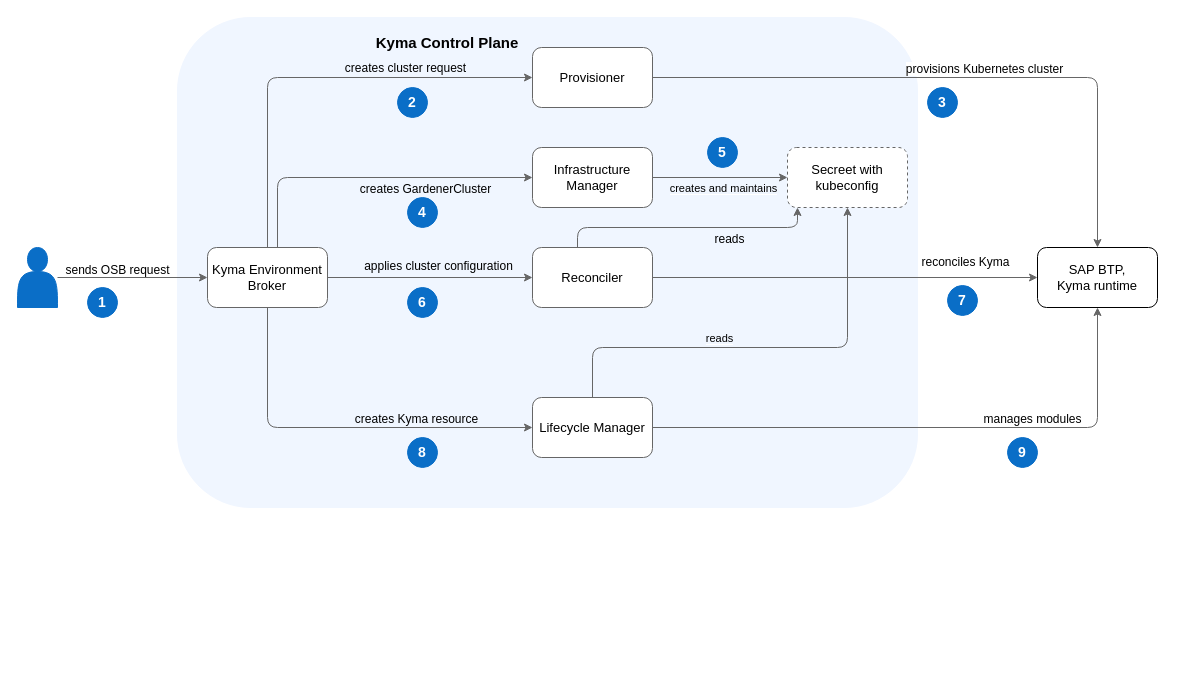
The draw.io diagram docs/assets/keb-arch.drawio in ukff/kyma-environment-broker, before the edit. Source tidied: cells renumbered, new cells numbered last; positions are measured from the earlier drawing's top-left corner, leaving out a move shared by most shapes. Both pictures are drawn from the tidied source at 100%, with x=0, y=0 at pixel (17, 17).
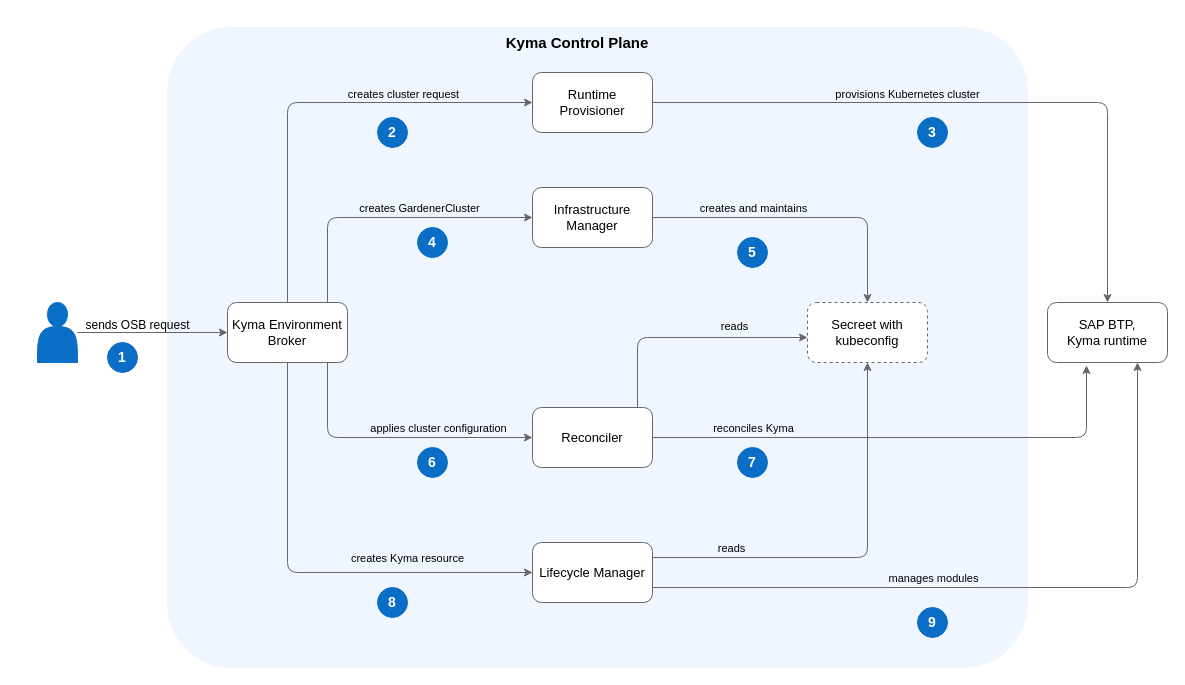
The same page after the edit.

The change refers to these unchanged cells:
```xml
<mxCell id="11" style="edgeStyle=orthogonalEdgeStyle;rounded=1;jettySize=auto;html=1;entryX=0.5;entryY=0;entryDx=0;entryDy=0;strokeColor=#666666;" parent="1" edge="1" source="13" target="24">
  <mxGeometry relative="1" as="geometry" />
</mxCell>
```

Diff of the diagram source:
```diff
@@
-    <mxCell id="2" style="rounded=1;whiteSpace=wrap;html=1;align=left;fillColor=#f0f6ff;strokeColor=#f0f6ff;verticalAlign=bottom;" parent="1" vertex="1">
-      <mxGeometry x="160" width="740" height="490" as="geometry" />
+    <mxCell id="2" style="rounded=1;whiteSpace=wrap;html=1;align=left;fillColor=#f0f6ff;strokeColor=#f0f6ff;verticalAlign=bottom;arcSize=10;" parent="1" vertex="1">
+      <mxGeometry x="150" y="10" width="860" height="640" as="geometry" />
     </mxCell>
     <mxCell id="3" value="&lt;font style=&quot;font-size: 15px;&quot;&gt;&lt;b&gt;Kyma Control Plane&lt;/b&gt;&lt;/font&gt;" style="text;html=1;strokeColor=none;fillColor=none;align=center;verticalAlign=middle;whiteSpace=wrap;rounded=0;fontSize=19;labelPosition=center;verticalLabelPosition=middle;" parent="1" vertex="1">
-      <mxGeometry x="340" y="10" width="180" height="30" as="geometry" />
+      <mxGeometry x="470" y="10" width="180" height="30" as="geometry" />
     </mxCell>
-    <mxCell id="4" style="edgeStyle=orthogonalEdgeStyle;rounded=1;jettySize=auto;html=1;entryX=0;entryY=0.5;entryDx=0;entryDy=0;strokeColor=#666666;" parent="1" edge="1" source="10" target="13">
+    <mxCell id="4" style="edgeStyle=orthogonalEdgeStyle;rounded=1;jettySize=auto;html=1;entryX=0;entryY=0.5;entryDx=0;entryDy=0;strokeColor=#666666;verticalAlign=middle;" parent="1" edge="1" source="10" target="13">
       <mxGeometry relative="1" as="geometry">
         <Array as="points">
-          <mxPoint x="250" y="60" />
+          <mxPoint x="270" y="85" />
         </Array>
       </mxGeometry>
     </mxCell>
-    <mxCell id="5" value="&lt;font style=&quot;font-size: 12px; background-color: rgb(240, 246, 255);&quot;&gt;creates cluster request&lt;/font&gt;" style="edgeLabel;html=1;align=center;verticalAlign=bottom;" parent="4" vertex="1">
-      <mxGeometry x="0.41" y="1" relative="1" as="geometry" />
+    <mxCell id="5" value="creates cluster request" style="edgeLabel;html=1;align=center;verticalAlign=bottom;labelBackgroundColor=#f0f6ff;" parent="4" vertex="1">
+      <mxGeometry x="0.44" y="-3" relative="1" as="geometry">
+        <mxPoint x="-5" y="-3" as="offset" />
+      </mxGeometry>
     </mxCell>
+    <mxCell id="8" style="edgeStyle=orthogonalEdgeStyle;rounded=1;jettySize=auto;html=1;entryX=0;entryY=0.5;entryDx=0;entryDy=0;strokeColor=#666666;" parent="1" edge="1" source="10" target="18">
+      <mxGeometry relative="1" as="geometry">
+        <Array as="points">
+          <mxPoint x="270" y="555" />
+        </Array>
+      </mxGeometry>
+    </mxCell>
+    <mxCell id="9" value="creates Kyma resource" style="edgeLabel;html=1;align=center;verticalAlign=middle;labelBackgroundColor=#f0f6ff;" parent="8" vertex="1">
+      <mxGeometry x="0.45" y="1" relative="1" as="geometry">
+        <mxPoint x="-1" y="-14" as="offset" />
+      </mxGeometry>
+    </mxCell>
     <mxCell id="6" style="edgeStyle=orthogonalEdgeStyle;rounded=1;jettySize=auto;html=1;entryX=0;entryY=0.5;entryDx=0;entryDy=0;strokeColor=#666666;" parent="1" edge="1" source="10" target="21">
-      <mxGeometry relative="1" as="geometry" />
+      <mxGeometry relative="1" as="geometry">
+        <Array as="points">
+          <mxPoint x="310" y="420" />
+        </Array>
+      </mxGeometry>
     </mxCell>
-    <mxCell id="7" value="applies cluster configuration" style="edgeLabel;html=1;align=center;verticalAlign=bottom;labelBackgroundColor=#f0f6ff;fontSize=12;" parent="6" vertex="1">
-      <mxGeometry x="0.07" y="3" relative="1" as="geometry" />
+    <mxCell id="7" value="applies cluster configuration" style="edgeLabel;html=1;align=center;verticalAlign=middle;labelBackgroundColor=#f0f6ff;" parent="6" vertex="1">
+      <mxGeometry x="0.32" relative="1" as="geometry">
+        <mxPoint y="-10" as="offset" />
+      </mxGeometry>
     </mxCell>
-    <mxCell id="8" style="edgeStyle=orthogonalEdgeStyle;rounded=1;jettySize=auto;html=1;entryX=0;entryY=0.5;entryDx=0;entryDy=0;strokeColor=#666666;" parent="1" edge="1" source="10" target="18">
-      <mxGeometry relative="1" as="geometry">
-        <Array as="points">
-          <mxPoint x="250" y="410" />
-        </Array>
-      </mxGeometry>
-    </mxCell>
-    <mxCell id="9" value="&lt;font style=&quot;font-size: 12px; background-color: rgb(240, 246, 255);&quot;&gt;creates Kyma resource&lt;/font&gt;" style="edgeLabel;html=1;align=center;verticalAlign=bottom;" parent="8" vertex="1">
-      <mxGeometry x="0.39" relative="1" as="geometry" />
-    </mxCell>
+    <mxCell id="43" style="edgeStyle=orthogonalEdgeStyle;rounded=1;jettySize=auto;html=1;entryX=0;entryY=0.5;entryDx=0;entryDy=0;strokeColor=#666666;" parent="1" edge="1" source="10" target="35">
+      <mxGeometry relative="1" as="geometry">
+        <Array as="points">
+          <mxPoint x="310" y="200" />
+        </Array>
+      </mxGeometry>
+    </mxCell>
+    <mxCell id="37" value="creates GardenerCluster" style="edgeLabel;html=1;align=center;verticalAlign=middle;labelBackgroundColor=#f0f6ff;" parent="43" vertex="1">
+      <mxGeometry x="0.16" y="2" relative="1" as="geometry">
+        <mxPoint x="8" y="-8" as="offset" />
+      </mxGeometry>
+    </mxCell>
     <mxCell id="10" value="&lt;font style=&quot;font-size: 13px;&quot;&gt;Kyma Environment Broker&lt;/font&gt;" style="rounded=1;whiteSpace=wrap;html=1;strokeColor=#666666;" parent="1" vertex="1">
-      <mxGeometry x="190" y="230" width="120" height="60" as="geometry" />
+      <mxGeometry x="210" y="285" width="120" height="60" as="geometry" />
     </mxCell>
@@
-    <mxCell id="12" value="&lt;font style=&quot;font-size: 12px;&quot;&gt;provisions Kubernetes cluster&lt;/font&gt;" style="edgeLabel;html=1;align=center;verticalAlign=bottom;fontSize=12;" parent="11" vertex="1">
+    <mxCell id="12" value="&lt;font style=&quot;font-size: 11px;&quot;&gt;provisions Kubernetes cluster&lt;/font&gt;" style="edgeLabel;html=1;align=center;verticalAlign=bottom;fontSize=12;labelBackgroundColor=#f0f6ff;" parent="11" vertex="1">
       <mxGeometry x="-0.44" y="-1" relative="1" as="geometry">
-        <mxPoint x="159" y="-1" as="offset" />
+        <mxPoint x="71" y="-1" as="offset" />
       </mxGeometry>
     </mxCell>
-    <mxCell id="13" value="&lt;font style=&quot;font-size: 13px;&quot;&gt;Provisioner&lt;/font&gt;" style="rounded=1;whiteSpace=wrap;html=1;strokeColor=#666666;" parent="1" vertex="1">
-      <mxGeometry x="515" y="30" width="120" height="60" as="geometry" />
+    <mxCell id="13" value="&lt;font style=&quot;font-size: 13px;&quot;&gt;Runtime &lt;br&gt;Provisioner&lt;/font&gt;" style="rounded=1;whiteSpace=wrap;html=1;strokeColor=#666666;" parent="1" vertex="1">
+      <mxGeometry x="515" y="55" width="120" height="60" as="geometry" />
     </mxCell>
-    <mxCell id="14" style="edgeStyle=orthogonalEdgeStyle;rounded=1;jettySize=auto;html=1;entryX=0.5;entryY=1;entryDx=0;entryDy=0;strokeColor=#666666;" parent="1" edge="1" source="18" target="24">
-      <mxGeometry relative="1" as="geometry" />
+    <mxCell id="14" style="edgeStyle=orthogonalEdgeStyle;rounded=1;jettySize=auto;html=1;entryX=0.75;entryY=1;entryDx=0;entryDy=0;strokeColor=#666666;" parent="1" edge="1" source="18" target="24">
+      <mxGeometry relative="1" as="geometry">
+        <Array as="points">
+          <mxPoint x="1120" y="570" />
+        </Array>
+      </mxGeometry>
     </mxCell>
-    <mxCell id="15" value="&lt;font style=&quot;font-size: 12px;&quot;&gt;manages modules&lt;/font&gt;" style="edgeLabel;html=1;align=center;verticalAlign=bottom;fontSize=12;" parent="14" vertex="1">
-      <mxGeometry x="-0.45" y="3" relative="1" as="geometry">
-        <mxPoint x="224" y="3" as="offset" />
+    <mxCell id="15" value="&lt;span style=&quot;background-color: rgb(240, 246, 255);&quot;&gt;manages modules&lt;/span&gt;" style="edgeLabel;html=1;align=center;verticalAlign=middle;" parent="14" vertex="1">
+      <mxGeometry x="-0.23" y="-1" relative="1" as="geometry">
+        <mxPoint x="7" y="-11" as="offset" />
       </mxGeometry>
     </mxCell>
-    <mxCell id="16" style="edgeStyle=orthogonalEdgeStyle;rounded=1;jettySize=auto;html=1;entryX=0.5;entryY=1;entryDx=0;entryDy=0;curved=0;strokeColor=#666666;" parent="1" edge="1" source="18" target="38">
+    <mxCell id="16" style="edgeStyle=orthogonalEdgeStyle;rounded=1;jettySize=auto;html=1;entryX=0.5;entryY=1;entryDx=0;entryDy=0;strokeColor=#666666;" parent="1" edge="1" source="18" target="38">
       <mxGeometry relative="1" as="geometry">
         <Array as="points">
-          <mxPoint x="575" y="330" />
-          <mxPoint x="830" y="330" />
+          <mxPoint x="850" y="540" />
         </Array>
       </mxGeometry>
     </mxCell>
-    <mxCell id="17" value="&lt;span style=&quot;background-color: rgb(240, 246, 255);&quot;&gt;reads&lt;/span&gt;" style="edgeLabel;html=1;align=center;verticalAlign=middle;" parent="16" vertex="1">
-      <mxGeometry x="-0.21" y="3" relative="1" as="geometry">
-        <mxPoint y="-7" as="offset" />
-      </mxGeometry>
-    </mxCell>
+    <mxCell id="44" value="reads" style="edgeLabel;html=1;align=center;verticalAlign=middle;labelBackgroundColor=#f0f6ff;" parent="16" vertex="1">
+      <mxGeometry x="-0.62" y="2" relative="1" as="geometry">
+        <mxPoint y="-8" as="offset" />
+      </mxGeometry>
+    </mxCell>
     <mxCell id="18" value="&lt;font style=&quot;font-size: 13px;&quot;&gt;Lifecycle Manager&lt;/font&gt;" style="rounded=1;whiteSpace=wrap;html=1;strokeColor=#666666;" parent="1" vertex="1">
-      <mxGeometry x="515" y="380" width="120" height="60" as="geometry" />
+      <mxGeometry x="515" y="525" width="120" height="60" as="geometry" />
     </mxCell>
-    <mxCell id="19" style="edgeStyle=orthogonalEdgeStyle;rounded=1;jettySize=auto;html=1;entryX=0;entryY=0.5;entryDx=0;entryDy=0;strokeColor=#666666;" parent="1" edge="1" source="21" target="24">
-      <mxGeometry relative="1" as="geometry" />
-    </mxCell>
-    <mxCell id="20" value="&lt;span style=&quot;font-size: 12px;&quot;&gt;reconciles Kyma&lt;/span&gt;" style="edgeLabel;html=1;align=center;verticalAlign=bottom;fontSize=12;" parent="19" vertex="1">
-      <mxGeometry x="0.06" y="2" relative="1" as="geometry">
-        <mxPoint x="108" y="-5" as="offset" />
-      </mxGeometry>
-    </mxCell>
     <mxCell id="21" value="&lt;font style=&quot;font-size: 13px;&quot;&gt;Reconciler&lt;/font&gt;" style="rounded=1;whiteSpace=wrap;html=1;strokeColor=#666666;" parent="1" vertex="1">
-      <mxGeometry x="515" y="230" width="120" height="60" as="geometry" />
+      <mxGeometry x="515" y="390" width="120" height="60" as="geometry" />
     </mxCell>
@@
     <mxCell id="23" style="shape=actor;whiteSpace=wrap;html=1;fillColor=#0a6ec7;strokeColor=#0a6ec7;" parent="1" vertex="1">
-      <mxGeometry y="230" width="40" height="60" as="geometry" />
+      <mxGeometry x="20" y="285" width="40" height="60" as="geometry" />
     </mxCell>
-    <mxCell id="24" value="SAP BTP, &lt;br&gt;Kyma runtime" style="rounded=1;whiteSpace=wrap;html=1;fontSize=13;" parent="1" vertex="1">
-      <mxGeometry x="1020" y="230" width="120" height="60" as="geometry" />
+    <mxCell id="24" value="SAP BTP, &lt;br&gt;Kyma runtime" style="rounded=1;whiteSpace=wrap;html=1;fontSize=13;strokeColor=#666666;" parent="1" vertex="1">
+      <mxGeometry x="1030" y="285" width="120" height="60" as="geometry" />
     </mxCell>
     <mxCell id="25" value="&lt;font color=&quot;#ffffff&quot; size=&quot;1&quot;&gt;&lt;b style=&quot;font-size: 14px;&quot;&gt;1&lt;/b&gt;&lt;/font&gt;" style="ellipse;whiteSpace=wrap;html=1;fontSize=12;fillColor=#0a6ec7;strokeColor=#0a6ec7;" parent="1" vertex="1">
-      <mxGeometry x="70" y="270" width="30" height="30" as="geometry" />
+      <mxGeometry x="90" y="325" width="30" height="30" as="geometry" />
     </mxCell>
     <mxCell id="26" value="sends OSB request" style="text;html=1;align=center;verticalAlign=middle;strokeColor=none;fillColor=none;" parent="1" vertex="1">
-      <mxGeometry x="35" y="238" width="130" height="30" as="geometry" />
+      <mxGeometry x="55" y="293" width="130" height="30" as="geometry" />
     </mxCell>
     <mxCell id="27" value="&lt;font color=&quot;#ffffff&quot; size=&quot;1&quot;&gt;&lt;b style=&quot;font-size: 14px;&quot;&gt;2&lt;/b&gt;&lt;/font&gt;" style="ellipse;whiteSpace=wrap;html=1;fontSize=12;fillColor=#0a6ec7;strokeColor=#0a6ec7;" parent="1" vertex="1">
-      <mxGeometry x="380" y="70" width="30" height="30" as="geometry" />
+      <mxGeometry x="360" y="100" width="30" height="30" as="geometry" />
     </mxCell>
     <mxCell id="28" value="&lt;font color=&quot;#ffffff&quot; size=&quot;1&quot;&gt;&lt;b style=&quot;font-size: 14px;&quot;&gt;8&lt;/b&gt;&lt;/font&gt;" style="ellipse;whiteSpace=wrap;html=1;fontSize=12;fillColor=#0a6ec7;strokeColor=#0a6ec7;" parent="1" vertex="1">
-      <mxGeometry x="390" y="420" width="30" height="30" as="geometry" />
+      <mxGeometry x="360" y="570" width="30" height="30" as="geometry" />
     </mxCell>
     <mxCell id="29" value="&lt;font color=&quot;#ffffff&quot; size=&quot;1&quot;&gt;&lt;b style=&quot;font-size: 14px;&quot;&gt;6&lt;/b&gt;&lt;/font&gt;" style="ellipse;whiteSpace=wrap;html=1;fontSize=12;fillColor=#0a6ec7;strokeColor=#0a6ec7;" parent="1" vertex="1">
-      <mxGeometry x="390" y="270" width="30" height="30" as="geometry" />
+      <mxGeometry x="400" y="430" width="30" height="30" as="geometry" />
     </mxCell>
-    <mxCell id="30" value="&lt;font color=&quot;#ffffff&quot; size=&quot;1&quot;&gt;&lt;b style=&quot;font-size: 14px;&quot;&gt;3&lt;/b&gt;&lt;/font&gt;" style="ellipse;whiteSpace=wrap;html=1;fontSize=12;fillColor=#0a6ec7;strokeColor=#0a6ec7;" parent="1" vertex="1">
-      <mxGeometry x="910" y="70" width="30" height="30" as="geometry" />
-    </mxCell>
     <mxCell id="31" value="&lt;font color=&quot;#ffffff&quot; size=&quot;1&quot;&gt;&lt;b style=&quot;font-size: 14px;&quot;&gt;5&lt;/b&gt;&lt;/font&gt;" style="ellipse;whiteSpace=wrap;html=1;fontSize=12;fillColor=#0a6ec7;strokeColor=#0a6ec7;" parent="1" vertex="1">
-      <mxGeometry x="690" y="120" width="30" height="30" as="geometry" />
+      <mxGeometry x="720" y="220" width="30" height="30" as="geometry" />
     </mxCell>
-    <mxCell id="32" value="&lt;font color=&quot;#ffffff&quot; size=&quot;1&quot;&gt;&lt;b style=&quot;font-size: 14px;&quot;&gt;7&lt;/b&gt;&lt;/font&gt;" style="ellipse;whiteSpace=wrap;html=1;fontSize=12;fillColor=#0a6ec7;strokeColor=#0a6ec7;" parent="1" vertex="1">
-      <mxGeometry x="930" y="268" width="30" height="30" as="geometry" />
-    </mxCell>
+    <mxCell id="35" value="&lt;font style=&quot;font-size: 13px;&quot;&gt;Infrastructure Manager&lt;/font&gt;" style="rounded=1;whiteSpace=wrap;html=1;strokeColor=#666666;" parent="1" vertex="1">
+      <mxGeometry x="515" y="170" width="120" height="60" as="geometry" />
+    </mxCell>
+    <mxCell id="45" style="edgeStyle=orthogonalEdgeStyle;rounded=1;jettySize=auto;html=1;strokeColor=#666666;" parent="1" edge="1" target="38">
+      <mxGeometry relative="1" as="geometry">
+        <mxPoint x="620" y="390" as="sourcePoint" />
+        <Array as="points">
+          <mxPoint x="620" y="390" />
+          <mxPoint x="620" y="320" />
+        </Array>
+      </mxGeometry>
+    </mxCell>
+    <mxCell id="46" value="reads" style="edgeLabel;html=1;align=center;verticalAlign=middle;labelBackgroundColor=#f0f6ff;" parent="45" vertex="1">
+      <mxGeometry x="0.38" y="4" relative="1" as="geometry">
+        <mxPoint y="-8" as="offset" />
+      </mxGeometry>
+    </mxCell>
+    <mxCell id="38" value="&lt;font style=&quot;font-size: 13px;&quot;&gt;Secreet with kubeconfig&lt;/font&gt;" style="rounded=1;whiteSpace=wrap;html=1;strokeColor=#666666;dashed=1;" parent="1" vertex="1">
+      <mxGeometry x="790" y="285" width="120" height="60" as="geometry" />
+    </mxCell>
+    <mxCell id="41" value="&lt;font color=&quot;#ffffff&quot; size=&quot;1&quot;&gt;&lt;b style=&quot;font-size: 14px;&quot;&gt;3&lt;/b&gt;&lt;/font&gt;" style="ellipse;whiteSpace=wrap;html=1;fontSize=12;fillColor=#0a6ec7;strokeColor=#0a6ec7;" parent="1" vertex="1">
+      <mxGeometry x="900" y="100" width="30" height="30" as="geometry" />
+    </mxCell>
-    <mxCell id="33" style="edgeStyle=orthogonalEdgeStyle;rounded=0;jettySize=auto;html=1;entryX=0;entryY=0.5;entryDx=0;entryDy=0;strokeColor=#666666;" parent="1" edge="1" source="35" target="38">
-      <mxGeometry relative="1" as="geometry" />
+    <mxCell id="33" style="edgeStyle=orthogonalEdgeStyle;rounded=1;jettySize=auto;html=1;entryX=0.5;entryY=0;entryDx=0;entryDy=0;strokeColor=#666666;" parent="1" edge="1" source="35" target="38">
+      <mxGeometry relative="1" as="geometry">
+        <Array as="points">
+          <mxPoint x="850" y="200" />
+        </Array>
+      </mxGeometry>
     </mxCell>
-    <mxCell id="34" value="&lt;span style=&quot;background-color: rgb(240, 246, 255);&quot;&gt;creates and maintains&lt;/span&gt;" style="edgeLabel;html=1;align=center;verticalAlign=middle;" parent="33" vertex="1">
-      <mxGeometry x="0.03" relative="1" as="geometry">
-        <mxPoint y="10" as="offset" />
+    <mxCell id="34" value="creates and maintains" style="edgeLabel;html=1;align=center;verticalAlign=middle;labelBackgroundColor=#f0f6ff;" parent="33" vertex="1">
+      <mxGeometry x="-0.35" y="3" relative="1" as="geometry">
+        <mxPoint x="2" y="-7" as="offset" />
       </mxGeometry>
     </mxCell>
-    <mxCell id="35" value="&lt;font style=&quot;font-size: 13px;&quot;&gt;Infrastructure Manager&lt;/font&gt;" style="rounded=1;whiteSpace=wrap;html=1;strokeColor=#666666;" parent="1" vertex="1">
-      <mxGeometry x="515" y="130" width="120" height="60" as="geometry" />
-    </mxCell>
-    <mxCell id="36" style="edgeStyle=orthogonalEdgeStyle;rounded=1;jettySize=auto;html=1;entryX=0;entryY=0.5;entryDx=0;entryDy=0;strokeColor=#666666;" parent="1" edge="1" target="35">
-      <mxGeometry relative="1" as="geometry">
-        <mxPoint x="260" y="230" as="sourcePoint" />
-        <Array as="points">
-          <mxPoint x="260" y="160" />
-        </Array>
-      </mxGeometry>
-    </mxCell>
-    <mxCell id="37" value="&lt;span style=&quot;font-size: 12px; background-color: rgb(240, 246, 255);&quot;&gt;creates GardenerCluster&lt;/span&gt;" style="edgeLabel;html=1;align=center;verticalAlign=bottom;" parent="36" vertex="1">
-      <mxGeometry x="0.41" y="1" relative="1" as="geometry">
-        <mxPoint x="-12" y="21" as="offset" />
-      </mxGeometry>
-    </mxCell>
-    <mxCell id="38" value="&lt;font style=&quot;font-size: 13px;&quot;&gt;Secreet with kubeconfig&lt;/font&gt;" style="rounded=1;whiteSpace=wrap;html=1;strokeColor=#666666;dashed=1;" parent="1" vertex="1">
-      <mxGeometry x="770" y="130" width="120" height="60" as="geometry" />
-    </mxCell>
-    <mxCell id="39" style="edgeStyle=orthogonalEdgeStyle;rounded=1;jettySize=auto;html=1;strokeColor=#666666;" parent="1" edge="1" source="21">
-      <mxGeometry relative="1" as="geometry">
-        <mxPoint x="780" y="190" as="targetPoint" />
-        <Array as="points">
-          <mxPoint x="560" y="210" />
-          <mxPoint x="780" y="210" />
-        </Array>
-      </mxGeometry>
-    </mxCell>
-    <mxCell id="40" value="&lt;span style=&quot;font-size: 12px; background-color: rgb(240, 246, 255);&quot;&gt;reads&lt;br&gt;&lt;/span&gt;" style="edgeLabel;html=1;align=center;verticalAlign=bottom;" parent="39" vertex="1">
-      <mxGeometry x="0.41" y="1" relative="1" as="geometry">
-        <mxPoint x="-12" y="21" as="offset" />
-      </mxGeometry>
-    </mxCell>
-    <mxCell id="41" value="&lt;font color=&quot;#ffffff&quot; size=&quot;1&quot;&gt;&lt;b style=&quot;font-size: 14px;&quot;&gt;4&lt;/b&gt;&lt;/font&gt;" style="ellipse;whiteSpace=wrap;html=1;fontSize=12;fillColor=#0a6ec7;strokeColor=#0a6ec7;" parent="1" vertex="1">
-      <mxGeometry x="390" y="180" width="30" height="30" as="geometry" />
-    </mxCell>
+    <mxCell id="47" value="&lt;font color=&quot;#ffffff&quot; size=&quot;1&quot;&gt;&lt;b style=&quot;font-size: 14px;&quot;&gt;4&lt;/b&gt;&lt;/font&gt;" style="ellipse;whiteSpace=wrap;html=1;fontSize=12;fillColor=#0a6ec7;strokeColor=#0a6ec7;" parent="1" vertex="1">
+      <mxGeometry x="400" y="210" width="30" height="30" as="geometry" />
+    </mxCell>
     <mxCell id="42" value="&lt;font color=&quot;#ffffff&quot; size=&quot;1&quot;&gt;&lt;b style=&quot;font-size: 14px;&quot;&gt;9&lt;/b&gt;&lt;/font&gt;" style="ellipse;whiteSpace=wrap;html=1;fontSize=12;fillColor=#0a6ec7;strokeColor=#0a6ec7;" parent="1" vertex="1">
-      <mxGeometry x="990" y="420" width="30" height="30" as="geometry" />
+      <mxGeometry x="900" y="590" width="30" height="30" as="geometry" />
     </mxCell>
+    <mxCell id="32" value="&lt;font color=&quot;#ffffff&quot; size=&quot;1&quot;&gt;&lt;b style=&quot;font-size: 14px;&quot;&gt;7&lt;/b&gt;&lt;/font&gt;" style="ellipse;whiteSpace=wrap;html=1;fontSize=12;fillColor=#0a6ec7;strokeColor=#0a6ec7;" parent="1" vertex="1">
+      <mxGeometry x="720" y="430" width="30" height="30" as="geometry" />
+    </mxCell>
+    <mxCell id="19" style="edgeStyle=orthogonalEdgeStyle;rounded=1;jettySize=auto;html=1;entryX=0.325;entryY=1.05;entryDx=0;entryDy=0;entryPerimeter=0;strokeColor=#666666;" parent="1" edge="1" source="21" target="24">
+      <mxGeometry relative="1" as="geometry">
+        <Array as="points">
+          <mxPoint x="1069" y="420" />
+        </Array>
+      </mxGeometry>
+    </mxCell>
+    <mxCell id="20" value="&lt;span style=&quot;background-color: rgb(240, 246, 255);&quot;&gt;reconciles Kyma&lt;/span&gt;" style="edgeLabel;html=1;align=center;verticalAlign=middle;" parent="19" vertex="1">
+      <mxGeometry x="-0.61" y="1" relative="1" as="geometry">
+        <mxPoint x="1" y="-9" as="offset" />
+      </mxGeometry>
+    </mxCell>
```
